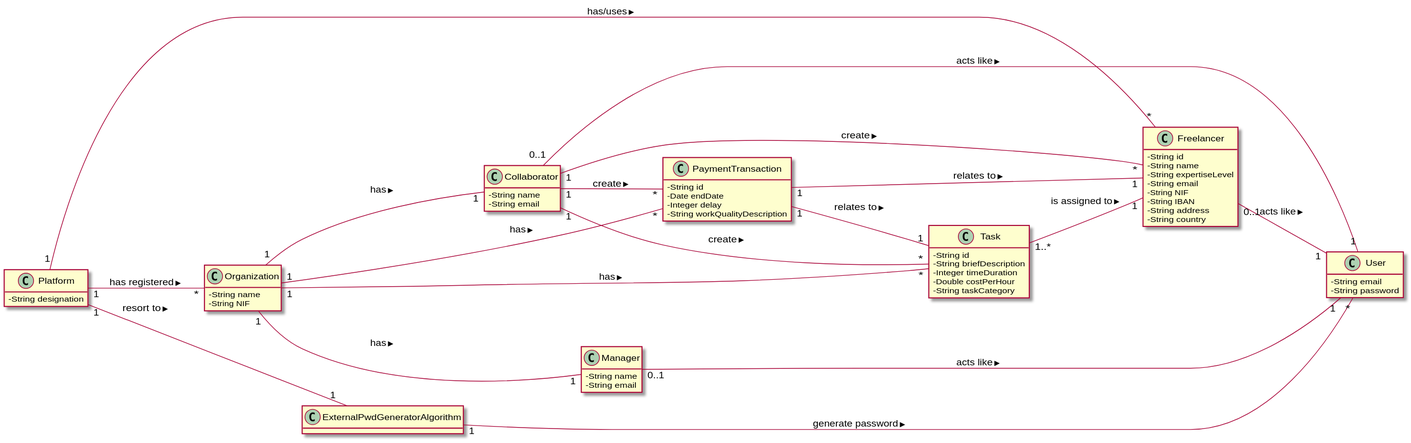
Above: docs/MD.svg in pedrolemos4/LAPR2 (PlantUML), before the change. The source it was exported from:
```plantuml
@startuml
skinparam classAttributeIconSize 0
hide methods
left to right direction

class Platform {
  -String designation
}

class Organization {
  -String name
  -String NIF
}

class Collaborator {
  -String name
  -String email
}

class Manager {
  -String name
  -String email
}

class Freelancer {
  -String id
  -String name
  -String expertiseLevel
  -String email
  -String NIF
  -String IBAN
  -String address
  -String country
}

class User {
  -String email
  -String password
}

class Task {
 -String id
 -String briefDescription
 -Integer timeDuration
 -Double costPerHour
 -String taskCategory
}

class PaymentTransaction{
  -String id
  -Date endDate
  -Integer delay
  -String workQualityDescription
}

class ExternalPwdGeneratorAlgorithm {
}

Platform "1" -- "*" Organization : has registered >
Platform "1" -- "1" ExternalPwdGeneratorAlgorithm : resort to >
Platform "1" -- "*" Freelancer : has/uses >

Organization "1" -- "1" Collaborator: has >
Organization "1" -- "1" Manager: has >
Organization "1" -- "*" Task: has >
Organization "1" -- "*" PaymentTransaction: has >

Collaborator "0..1" -- "1" User: acts like >
Collaborator "1" -- "*" Freelancer: create >
Collaborator "1" -- "*" Task: create >
Collaborator "1" -- "*" PaymentTransaction: create >

Manager "0..1" -- "1" User: acts like >

Freelancer "0..1" -- "1" User: acts like >

Task "1..*" -- "1" Freelancer: is assigned to >

PaymentTransaction "1" -- "1" Freelancer: relates to >
PaymentTransaction "1" -- "1" Task: relates to >

ExternalPwdGeneratorAlgorithm "1" -- "*" User : generate password >
@enduml
```
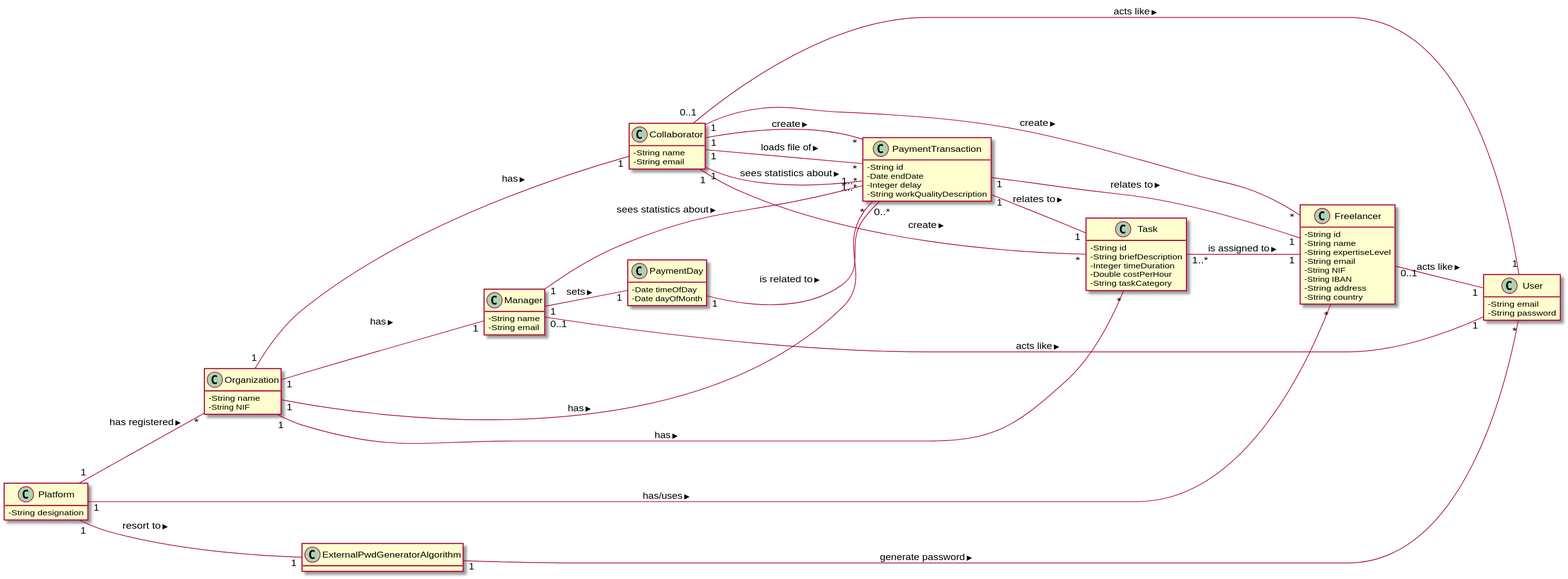
The same diagram one commit later.

The edit, as a diff of the source:
```diff
@@ -53,6 +53,11 @@
   -String workQualityDescription
 }
 
+class PaymentDay {
+  -Date timeOfDay
+  -Date dayOfMonth
+}
+
 class ExternalPwdGeneratorAlgorithm {
 }
 
@@ -69,8 +74,12 @@
 Collaborator "1" -- "*" Freelancer: create >
 Collaborator "1" -- "*" Task: create >
 Collaborator "1" -- "*" PaymentTransaction: create >
+Collaborator "1" -- "*" PaymentTransaction: loads file of >
+Collaborator "1" -- "1..*" PaymentTransaction: sees statistics about >
 
 Manager "0..1" -- "1" User: acts like >
+Manager "1" -- "1" PaymentDay : sets >
+Manager "1" -- "1..*" PaymentTransaction: sees statistics about >
 
 Freelancer "0..1" -- "1" User: acts like >
 
@@ -79,5 +88,7 @@
 PaymentTransaction "1" -- "1" Freelancer: relates to >
 PaymentTransaction "1" -- "1" Task: relates to >
 
+PaymentDay "1" -- "0..*" PaymentTransaction : is related to >
+
 ExternalPwdGeneratorAlgorithm "1" -- "*" User : generate password >
 @enduml
```
